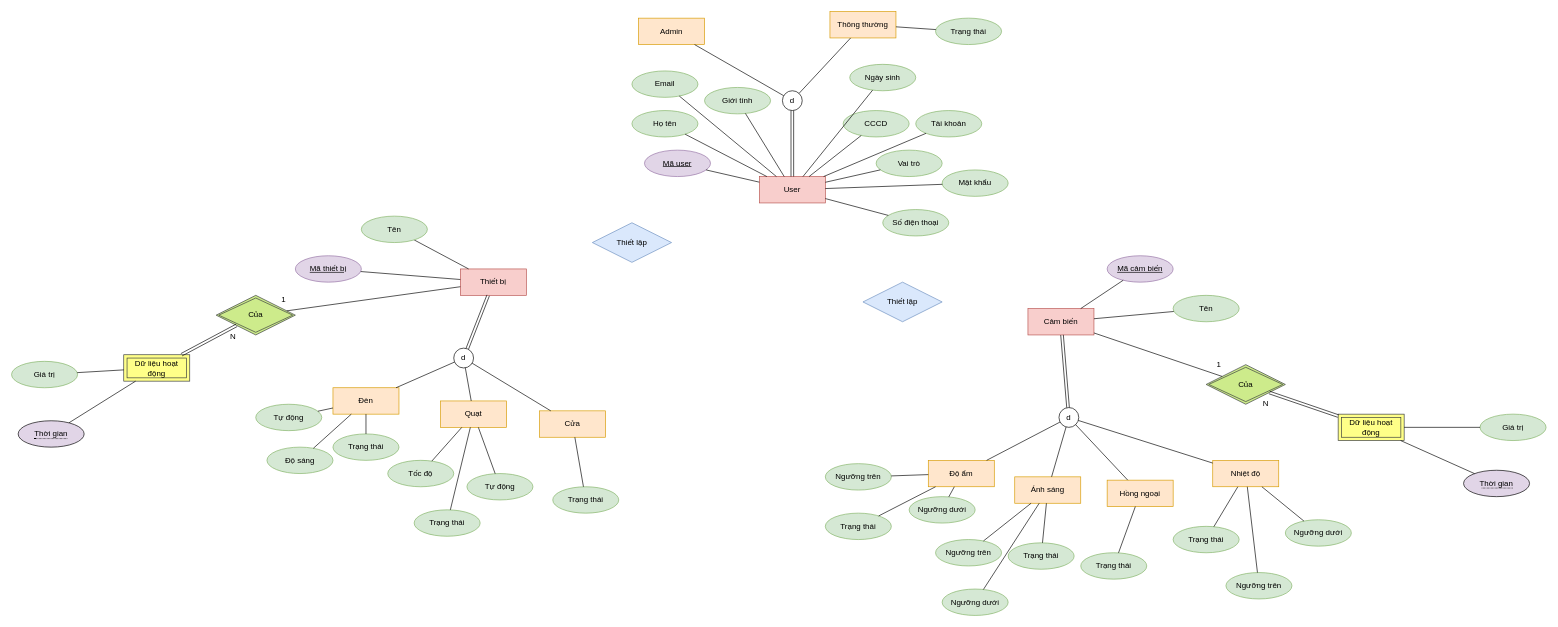
astr0tas/Smart-Home-CNPM keeps this draw.io diagram as page "Main" (1 of 2) of Week 3/ERD.drawio. Above is the earlier version. Source tidied: cells renumbered, new cells numbered last; positions are measured from the earlier drawing's top-left corner, leaving out a move shared by most shapes. Both pictures are drawn from the tidied source at 66%, with x=0, y=0 at pixel (11, 11).
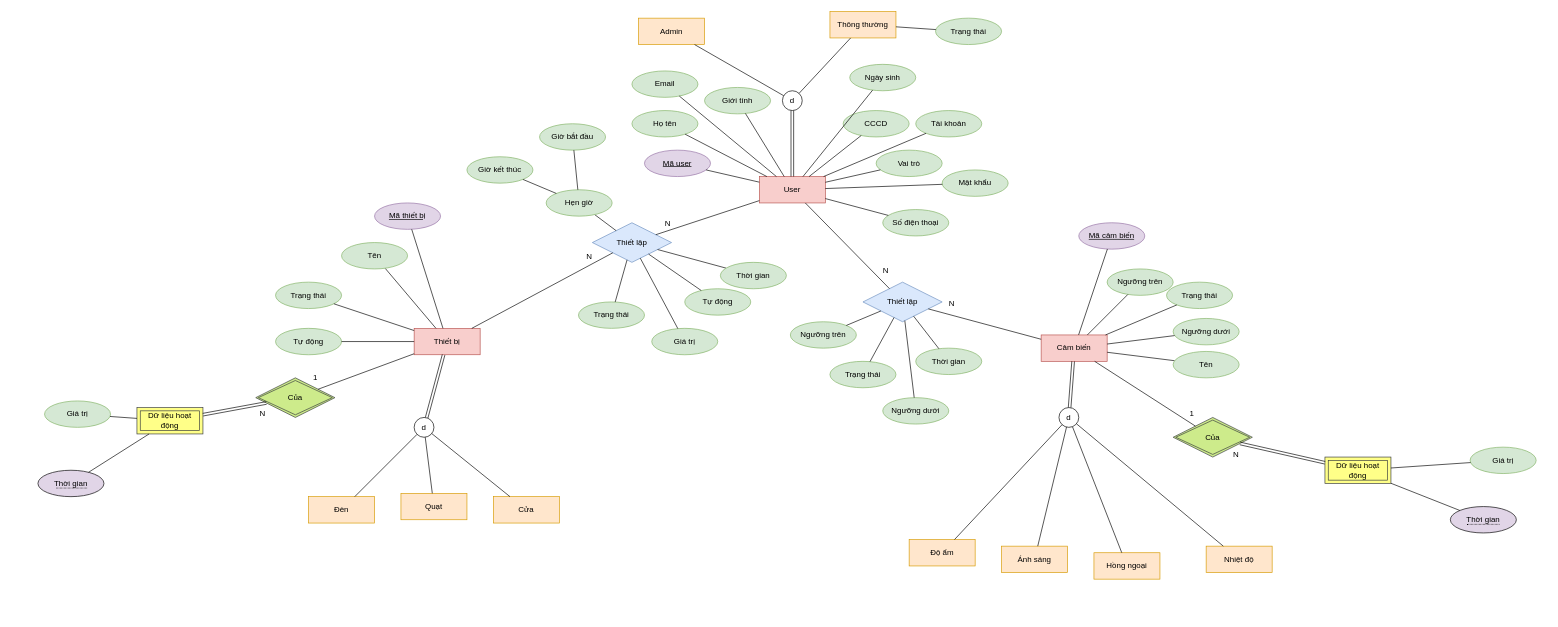
The same diagram, later.

Unchanged cells that the change refers to:
```xml
<mxCell id="2" value="User" style="whiteSpace=wrap;html=1;align=center;fillColor=#f8cecc;strokeColor=#b85450;" parent="1" vertex="1">
  <mxGeometry x="1133" y="250" width="100" height="40" as="geometry" />
</mxCell>
<mxCell id="29" value="Thiết lập" style="shape=rhombus;perimeter=rhombusPerimeter;whiteSpace=wrap;html=1;align=center;fillColor=#dae8fc;strokeColor=#6c8ebf;" parent="1" vertex="1">
  <mxGeometry x="880" y="320" width="120" height="60" as="geometry" />
</mxCell>
<mxCell id="114" value="Thiết lập" style="shape=rhombus;perimeter=rhombusPerimeter;whiteSpace=wrap;html=1;align=center;fillColor=#dae8fc;strokeColor=#6c8ebf;" parent="1" vertex="1">
  <mxGeometry x="1290" y="410" width="120" height="60" as="geometry" />
</mxCell>
```

The edit, as a diff of the source:
```diff
@@
     <mxCell id="9" value="Thiết bị" style="whiteSpace=wrap;html=1;align=center;fillColor=#f8cecc;strokeColor=#b85450;" parent="1" vertex="1">
-      <mxGeometry x="680" y="390" width="100" height="40" as="geometry" />
+      <mxGeometry x="610" y="480" width="100" height="40" as="geometry" />
     </mxCell>
     <mxCell id="10" value="Quạt" style="whiteSpace=wrap;html=1;align=center;fillColor=#ffe6cc;strokeColor=#d79b00;" parent="1" vertex="1">
-      <mxGeometry x="650" y="590" width="100" height="40" as="geometry" />
+      <mxGeometry x="590" y="730" width="100" height="40" as="geometry" />
     </mxCell>
     <mxCell id="11" value="Đèn" style="whiteSpace=wrap;html=1;align=center;fillColor=#ffe6cc;strokeColor=#d79b00;" parent="1" vertex="1">
-      <mxGeometry x="487" y="570" width="100" height="40" as="geometry" />
+      <mxGeometry x="450" y="735" width="100" height="40" as="geometry" />
     </mxCell>
     <mxCell id="12" value="d" style="ellipse;whiteSpace=wrap;html=1;" parent="1" vertex="1">
-      <mxGeometry x="670" y="510" width="30" height="30" as="geometry" />
+      <mxGeometry x="610" y="615" width="30" height="30" as="geometry" />
     </mxCell>
@@
     <mxCell id="16" value="Cảm biến" style="whiteSpace=wrap;html=1;align=center;fillColor=#f8cecc;strokeColor=#b85450;" parent="1" vertex="1">
-      <mxGeometry x="1540" y="450" width="100" height="40" as="geometry" />
+      <mxGeometry x="1560" y="490" width="100" height="40" as="geometry" />
     </mxCell>
     <mxCell id="17" value="Nhiệt độ" style="whiteSpace=wrap;html=1;align=center;fillColor=#ffe6cc;strokeColor=#d79b00;" parent="1" vertex="1">
-      <mxGeometry x="1820" y="680" width="100" height="40" as="geometry" />
+      <mxGeometry x="1810" y="810" width="100" height="40" as="geometry" />
     </mxCell>
     <mxCell id="18" value="Hồng ngoại" style="whiteSpace=wrap;html=1;align=center;fillColor=#ffe6cc;strokeColor=#d79b00;" parent="1" vertex="1">
-      <mxGeometry x="1660" y="710" width="100" height="40" as="geometry" />
+      <mxGeometry x="1640" y="820" width="100" height="40" as="geometry" />
     </mxCell>
@@
     <mxCell id="23" value="Cửa" style="whiteSpace=wrap;html=1;align=center;fillColor=#ffe6cc;strokeColor=#d79b00;" parent="1" vertex="1">
-      <mxGeometry x="800" y="605" width="100" height="40" as="geometry" />
+      <mxGeometry x="730" y="735" width="100" height="40" as="geometry" />
     </mxCell>
@@
     <mxCell id="25" value="Độ ẩm" style="whiteSpace=wrap;html=1;align=center;fillColor=#ffe6cc;strokeColor=#d79b00;" parent="1" vertex="1">
-      <mxGeometry x="1389" y="680" width="100" height="40" as="geometry" />
+      <mxGeometry x="1360" y="800" width="100" height="40" as="geometry" />
     </mxCell>
     <mxCell id="26" value="Ánh sáng" style="whiteSpace=wrap;html=1;align=center;fillColor=#ffe6cc;strokeColor=#d79b00;" parent="1" vertex="1">
-      <mxGeometry x="1520" y="705" width="100" height="40" as="geometry" />
+      <mxGeometry x="1500" y="810" width="100" height="40" as="geometry" />
     </mxCell>
@@
     <mxCell id="52" value="Mã thiết bị" style="ellipse;whiteSpace=wrap;html=1;align=center;fontStyle=4;fillColor=#e1d5e7;strokeColor=#9673a6;" parent="1" vertex="1">
-      <mxGeometry x="430" y="370" width="100" height="40" as="geometry" />
+      <mxGeometry x="550" y="290" width="100" height="40" as="geometry" />
     </mxCell>
     <mxCell id="53" value="Mã cảm biến" style="ellipse;whiteSpace=wrap;html=1;align=center;fontStyle=4;fillColor=#E1D5E7;strokeColor=#9673a6;" parent="1" vertex="1">
-      <mxGeometry x="1660" y="370" width="100" height="40" as="geometry" />
+      <mxGeometry x="1617" y="320" width="100" height="40" as="geometry" />
     </mxCell>
@@
     <mxCell id="57" value="Tên" style="ellipse;whiteSpace=wrap;html=1;align=center;fillColor=#d5e8d4;strokeColor=#82b366;" parent="1" vertex="1">
-      <mxGeometry x="530" y="310" width="100" height="40" as="geometry" />
+      <mxGeometry x="500" y="350" width="100" height="40" as="geometry" />
     </mxCell>
@@
     <mxCell id="59" value="Tên" style="ellipse;whiteSpace=wrap;html=1;align=center;fillColor=#d5e8d4;strokeColor=#82b366;" parent="1" vertex="1">
-      <mxGeometry x="1760" y="430" width="100" height="40" as="geometry" />
+      <mxGeometry x="1760" y="515" width="100" height="40" as="geometry" />
     </mxCell>
-    <mxCell id="60" value="Tự động" style="ellipse;whiteSpace=wrap;html=1;align=center;fillColor=#d5e8d4;strokeColor=#82b366;" parent="1" vertex="1">
-      <mxGeometry x="690" y="700" width="100" height="40" as="geometry" />
-    </mxCell>
-    <mxCell id="61" value="Tự động" style="ellipse;whiteSpace=wrap;html=1;align=center;fillColor=#d5e8d4;strokeColor=#82b366;" parent="1" vertex="1">
-      <mxGeometry x="370" y="595" width="100" height="40" as="geometry" />
-    </mxCell>
-    <mxCell id="62" value="Tốc độ" style="ellipse;whiteSpace=wrap;html=1;align=center;fillColor=#d5e8d4;strokeColor=#82b366;" parent="1" vertex="1">
-      <mxGeometry x="570" y="680" width="100" height="40" as="geometry" />
-    </mxCell>
-    <mxCell id="63" value="Độ sáng" style="ellipse;whiteSpace=wrap;html=1;align=center;fillColor=#d5e8d4;strokeColor=#82b366;" parent="1" vertex="1">
-      <mxGeometry x="387" y="660" width="100" height="40" as="geometry" />
-    </mxCell>
-    <mxCell id="64" value="Trạng thái" style="ellipse;whiteSpace=wrap;html=1;align=center;fillColor=#d5e8d4;strokeColor=#82b366;" parent="1" vertex="1">
-      <mxGeometry x="820" y="720" width="100" height="40" as="geometry" />
-    </mxCell>
-    <mxCell id="65" value="Trạng thái" style="ellipse;whiteSpace=wrap;html=1;align=center;fillColor=#d5e8d4;strokeColor=#82b366;" parent="1" vertex="1">
-      <mxGeometry x="487" y="640" width="100" height="40" as="geometry" />
-    </mxCell>
-    <mxCell id="66" value="Trạng thái" style="ellipse;whiteSpace=wrap;html=1;align=center;fillColor=#d5e8d4;strokeColor=#82b366;" parent="1" vertex="1">
-      <mxGeometry x="610" y="755" width="100" height="40" as="geometry" />
-    </mxCell>
-    <mxCell id="67" style="endArrow=none;html=1;rounded=0;" parent="1" edge="1" source="10" target="66">
-      <mxGeometry relative="1" as="geometry" />
-    </mxCell>
-    <mxCell id="68" style="endArrow=none;html=1;rounded=0;" parent="1" edge="1" source="10" target="62">
-      <mxGeometry relative="1" as="geometry" />
-    </mxCell>
-    <mxCell id="69" style="endArrow=none;html=1;rounded=0;" parent="1" edge="1" source="10" target="60">
-      <mxGeometry relative="1" as="geometry" />
-    </mxCell>
-    <mxCell id="70" style="endArrow=none;html=1;rounded=0;" parent="1" edge="1" source="11" target="63">
-      <mxGeometry relative="1" as="geometry" />
-    </mxCell>
-    <mxCell id="71" style="endArrow=none;html=1;rounded=0;" parent="1" edge="1" source="11" target="61">
-      <mxGeometry relative="1" as="geometry" />
-    </mxCell>
-    <mxCell id="72" style="endArrow=none;html=1;rounded=0;" parent="1" edge="1" source="11" target="65">
-      <mxGeometry relative="1" as="geometry" />
-    </mxCell>
-    <mxCell id="73" style="endArrow=none;html=1;rounded=0;" parent="1" edge="1" source="23" target="64">
-      <mxGeometry relative="1" as="geometry" />
-    </mxCell>
-    <mxCell id="74" value="Trạng thái" style="ellipse;whiteSpace=wrap;html=1;align=center;fillColor=#d5e8d4;strokeColor=#82b366;" parent="1" vertex="1">
-      <mxGeometry x="1760" y="780" width="100" height="40" as="geometry" />
-    </mxCell>
-    <mxCell id="75" value="Trạng thái" style="ellipse;whiteSpace=wrap;html=1;align=center;fillColor=#d5e8d4;strokeColor=#82b366;" parent="1" vertex="1">
-      <mxGeometry x="1233" y="760" width="100" height="40" as="geometry" />
-    </mxCell>
-    <mxCell id="76" value="Trạng thái" style="ellipse;whiteSpace=wrap;html=1;align=center;fillColor=#d5e8d4;strokeColor=#82b366;" parent="1" vertex="1">
-      <mxGeometry x="1510" y="805" width="100" height="40" as="geometry" />
-    </mxCell>
-    <mxCell id="77" value="Trạng thái" style="ellipse;whiteSpace=wrap;html=1;align=center;fillColor=#d5e8d4;strokeColor=#82b366;" parent="1" vertex="1">
-      <mxGeometry x="1620" y="820" width="100" height="40" as="geometry" />
-    </mxCell>
-    <mxCell id="78" style="endArrow=none;html=1;rounded=0;" parent="1" edge="1" source="17" target="74">
-      <mxGeometry relative="1" as="geometry" />
-    </mxCell>
-    <mxCell id="79" style="endArrow=none;html=1;rounded=0;" parent="1" edge="1" source="25" target="75">
-      <mxGeometry relative="1" as="geometry" />
-    </mxCell>
-    <mxCell id="80" style="endArrow=none;html=1;rounded=0;" parent="1" edge="1" source="26" target="76">
-      <mxGeometry relative="1" as="geometry" />
-    </mxCell>
-    <mxCell id="81" style="endArrow=none;html=1;rounded=0;" parent="1" edge="1" source="18" target="77">
-      <mxGeometry relative="1" as="geometry" />
-    </mxCell>
-    <mxCell id="82" value="Ngưỡng dưới" style="ellipse;whiteSpace=wrap;html=1;align=center;fillColor=#d5e8d4;strokeColor=#82b366;" parent="1" vertex="1">
-      <mxGeometry x="1410" y="875" width="100" height="40" as="geometry" />
-    </mxCell>
-    <mxCell id="83" value="Ngưỡng trên" style="ellipse;whiteSpace=wrap;html=1;align=center;fillColor=#d5e8d4;strokeColor=#82b366;" parent="1" vertex="1">
-      <mxGeometry x="1400" y="800" width="100" height="40" as="geometry" />
-    </mxCell>
-    <mxCell id="84" value="Ngưỡng dưới" style="ellipse;whiteSpace=wrap;html=1;align=center;fillColor=#d5e8d4;strokeColor=#82b366;" parent="1" vertex="1">
-      <mxGeometry x="1360" y="735" width="100" height="40" as="geometry" />
-    </mxCell>
-    <mxCell id="85" value="Ngưỡng trên" style="ellipse;whiteSpace=wrap;html=1;align=center;fillColor=#d5e8d4;strokeColor=#82b366;" parent="1" vertex="1">
-      <mxGeometry x="1233" y="685" width="100" height="40" as="geometry" />
-    </mxCell>
-    <mxCell id="86" value="Ngưỡng dưới" style="ellipse;whiteSpace=wrap;html=1;align=center;fillColor=#d5e8d4;strokeColor=#82b366;" parent="1" vertex="1">
-      <mxGeometry x="1930" y="770" width="100" height="40" as="geometry" />
-    </mxCell>
-    <mxCell id="87" value="Ngưỡng trên" style="ellipse;whiteSpace=wrap;html=1;align=center;fillColor=#d5e8d4;strokeColor=#82b366;" parent="1" vertex="1">
-      <mxGeometry x="1840" y="850" width="100" height="40" as="geometry" />
-    </mxCell>
-    <mxCell id="88" style="endArrow=none;html=1;rounded=0;" parent="1" edge="1" source="26" target="82">
-      <mxGeometry relative="1" as="geometry" />
-    </mxCell>
-    <mxCell id="89" style="endArrow=none;html=1;rounded=0;" parent="1" edge="1" source="26" target="83">
-      <mxGeometry relative="1" as="geometry" />
-    </mxCell>
-    <mxCell id="90" style="endArrow=none;html=1;rounded=0;" parent="1" edge="1" source="85" target="25">
-      <mxGeometry relative="1" as="geometry" />
-    </mxCell>
-    <mxCell id="91" style="endArrow=none;html=1;rounded=0;" parent="1" edge="1" source="86" target="17">
-      <mxGeometry relative="1" as="geometry" />
-    </mxCell>
-    <mxCell id="92" style="endArrow=none;html=1;rounded=0;" parent="1" edge="1" source="84" target="25">
-      <mxGeometry relative="1" as="geometry" />
-    </mxCell>
-    <mxCell id="93" style="endArrow=none;html=1;rounded=0;" parent="1" edge="1" source="87" target="17">
-      <mxGeometry relative="1" as="geometry" />
-    </mxCell>
     <mxCell id="94" value="Dữ liệu hoạt động" style="shape=ext;margin=3;double=1;whiteSpace=wrap;html=1;align=center;fillColor=#ffff88;strokeColor=#36393d;" parent="1" vertex="1">
-      <mxGeometry x="2010" y="610" width="100" height="40" as="geometry" />
+      <mxGeometry x="1990" y="675" width="100" height="40" as="geometry" />
     </mxCell>
     <mxCell id="95" value="&lt;span style=&quot;border-bottom: 1px dotted&quot;&gt;Thời gian&lt;/span&gt;" style="ellipse;whiteSpace=wrap;html=1;align=center;fillColor=#E1D5E7;" parent="1" vertex="1">
-      <mxGeometry x="2200" y="695" width="100" height="40" as="geometry" />
+      <mxGeometry x="2180" y="750" width="100" height="40" as="geometry" />
     </mxCell>
@@
     <mxCell id="97" value="Của" style="shape=rhombus;double=1;perimeter=rhombusPerimeter;whiteSpace=wrap;html=1;align=center;fillColor=#cdeb8b;strokeColor=#36393d;" parent="1" vertex="1">
-      <mxGeometry x="1810" y="535" width="120" height="60" as="geometry" />
+      <mxGeometry x="1760" y="615" width="120" height="60" as="geometry" />
     </mxCell>
@@
     <mxCell id="102" value="Giá trị" style="ellipse;whiteSpace=wrap;html=1;align=center;fillColor=#d5e8d4;strokeColor=#82b366;" parent="1" vertex="1">
-      <mxGeometry x="2225" y="610" width="100" height="40" as="geometry" />
+      <mxGeometry x="2210" y="660" width="100" height="40" as="geometry" />
     </mxCell>
@@
     <mxCell id="104" value="Dữ liệu hoạt động" style="shape=ext;margin=3;double=1;whiteSpace=wrap;html=1;align=center;fillColor=#ffff88;strokeColor=#36393d;" parent="1" vertex="1">
-      <mxGeometry x="170" y="520" width="100" height="40" as="geometry" />
+      <mxGeometry x="190" y="600" width="100" height="40" as="geometry" />
     </mxCell>
     <mxCell id="105" value="&lt;span style=&quot;border-bottom: 1px dotted&quot;&gt;Thời gian&lt;/span&gt;" style="ellipse;whiteSpace=wrap;html=1;align=center;fillColor=#E1D5E7;" parent="1" vertex="1">
-      <mxGeometry x="10" y="620" width="100" height="40" as="geometry" />
+      <mxGeometry x="40" y="695" width="100" height="40" as="geometry" />
     </mxCell>
@@
     <mxCell id="107" value="Của" style="shape=rhombus;double=1;perimeter=rhombusPerimeter;whiteSpace=wrap;html=1;align=center;fillColor=#cdeb8b;strokeColor=#36393d;" parent="1" vertex="1">
-      <mxGeometry x="310" y="430" width="120" height="60" as="geometry" />
+      <mxGeometry x="370" y="555" width="120" height="60" as="geometry" />
     </mxCell>
@@
     <mxCell id="112" value="Giá trị" style="ellipse;whiteSpace=wrap;html=1;align=center;fillColor=#d5e8d4;strokeColor=#82b366;" parent="1" vertex="1">
-      <mxGeometry y="530" width="100" height="40" as="geometry" />
+      <mxGeometry x="50" y="590" width="100" height="40" as="geometry" />
     </mxCell>
@@
+    <mxCell id="115" value="Trạng thái" style="ellipse;whiteSpace=wrap;html=1;align=center;fillColor=#d5e8d4;strokeColor=#82b366;" parent="1" vertex="1">
+      <mxGeometry x="859" y="440" width="100" height="40" as="geometry" />
+    </mxCell>
+    <mxCell id="116" value="Giá trị" style="ellipse;whiteSpace=wrap;html=1;align=center;fillColor=#d5e8d4;strokeColor=#82b366;" parent="1" vertex="1">
+      <mxGeometry x="970" y="480" width="100" height="40" as="geometry" />
+    </mxCell>
+    <mxCell id="117" value="Tự động" style="ellipse;whiteSpace=wrap;html=1;align=center;fillColor=#d5e8d4;strokeColor=#82b366;" parent="1" vertex="1">
+      <mxGeometry x="1020" y="420" width="100" height="40" as="geometry" />
+    </mxCell>
+    <mxCell id="118" value="Tự động" style="ellipse;whiteSpace=wrap;html=1;align=center;fillColor=#d5e8d4;strokeColor=#82b366;" parent="1" vertex="1">
+      <mxGeometry x="400" y="480" width="100" height="40" as="geometry" />
+    </mxCell>
+    <mxCell id="119" value="Trạng thái" style="ellipse;whiteSpace=wrap;html=1;align=center;fillColor=#d5e8d4;strokeColor=#82b366;" parent="1" vertex="1">
+      <mxGeometry x="400" y="410" width="100" height="40" as="geometry" />
+    </mxCell>
+    <mxCell id="120" style="endArrow=none;html=1;rounded=0;" parent="1" edge="1" source="9" target="119">
+      <mxGeometry relative="1" as="geometry" />
+    </mxCell>
+    <mxCell id="121" style="endArrow=none;html=1;rounded=0;" parent="1" edge="1" source="9" target="118">
+      <mxGeometry relative="1" as="geometry" />
+    </mxCell>
+    <mxCell id="122" value="Trạng thái" style="ellipse;whiteSpace=wrap;html=1;align=center;fillColor=#d5e8d4;strokeColor=#82b366;" parent="1" vertex="1">
+      <mxGeometry x="1750" y="410" width="100" height="40" as="geometry" />
+    </mxCell>
+    <mxCell id="123" value="Ngưỡng dưới" style="ellipse;whiteSpace=wrap;html=1;align=center;fillColor=#d5e8d4;strokeColor=#82b366;" parent="1" vertex="1">
+      <mxGeometry x="1760" y="465" width="100" height="40" as="geometry" />
+    </mxCell>
+    <mxCell id="124" value="Ngưỡng trên" style="ellipse;whiteSpace=wrap;html=1;align=center;fillColor=#d5e8d4;strokeColor=#82b366;" parent="1" vertex="1">
+      <mxGeometry x="1660" y="390" width="100" height="40" as="geometry" />
+    </mxCell>
+    <mxCell id="125" style="endArrow=none;html=1;rounded=0;" parent="1" edge="1" source="16" target="123">
+      <mxGeometry relative="1" as="geometry" />
+    </mxCell>
+    <mxCell id="126" style="endArrow=none;html=1;rounded=0;" parent="1" edge="1" source="16" target="124">
+      <mxGeometry relative="1" as="geometry" />
+    </mxCell>
+    <mxCell id="127" style="endArrow=none;html=1;rounded=0;" parent="1" edge="1" source="16" target="122">
+      <mxGeometry relative="1" as="geometry" />
+    </mxCell>
+    <mxCell id="128" style="endArrow=none;html=1;rounded=0;" parent="1" edge="1" source="29" target="2">
+      <mxGeometry relative="1" as="geometry" />
+    </mxCell>
+    <mxCell id="129" value="N" style="html=1;whiteSpace=wrap;align=right;verticalAlign=bottom;" parent="128" vertex="1">
+      <mxGeometry x="1" relative="1" as="geometry">
+        <mxPoint x="-133" y="44" as="offset" />
+      </mxGeometry>
+    </mxCell>
+    <mxCell id="130" style="endArrow=none;html=1;rounded=0;" parent="1" edge="1" source="29" target="9">
+      <mxGeometry relative="1" as="geometry" />
+    </mxCell>
+    <mxCell id="131" value="N" style="html=1;whiteSpace=wrap;align=right;verticalAlign=bottom;" parent="130" vertex="1">
+      <mxGeometry x="1" relative="1" as="geometry">
+        <mxPoint x="183" y="-100" as="offset" />
+      </mxGeometry>
+    </mxCell>
+    <mxCell id="132" style="endArrow=none;html=1;rounded=0;" parent="1" edge="1" source="29" target="115">
+      <mxGeometry relative="1" as="geometry" />
+    </mxCell>
+    <mxCell id="133" style="endArrow=none;html=1;rounded=0;" parent="1" edge="1" source="29" target="116">
+      <mxGeometry relative="1" as="geometry" />
+    </mxCell>
+    <mxCell id="134" style="endArrow=none;html=1;rounded=0;" parent="1" edge="1" source="29" target="117">
+      <mxGeometry relative="1" as="geometry" />
+    </mxCell>
+    <mxCell id="135" style="endArrow=none;html=1;rounded=0;" parent="1" edge="1" source="114" target="2">
+      <mxGeometry relative="1" as="geometry" />
+    </mxCell>
+    <mxCell id="136" value="N" style="html=1;whiteSpace=wrap;align=right;verticalAlign=bottom;" parent="135" vertex="1">
+      <mxGeometry x="1" relative="1" as="geometry">
+        <mxPoint x="127" y="110" as="offset" />
+      </mxGeometry>
+    </mxCell>
+    <mxCell id="137" style="endArrow=none;html=1;rounded=0;" parent="1" edge="1" source="114" target="16">
+      <mxGeometry relative="1" as="geometry" />
+    </mxCell>
+    <mxCell id="138" value="N" style="html=1;whiteSpace=wrap;align=right;verticalAlign=bottom;" parent="137" vertex="1">
+      <mxGeometry x="1" relative="1" as="geometry">
+        <mxPoint x="-130" y="-47" as="offset" />
+      </mxGeometry>
+    </mxCell>
+    <mxCell id="139" value="Trạng thái" style="ellipse;whiteSpace=wrap;html=1;align=center;fillColor=#d5e8d4;strokeColor=#82b366;" parent="1" vertex="1">
+      <mxGeometry x="1240" y="530" width="100" height="40" as="geometry" />
+    </mxCell>
+    <mxCell id="140" value="Ngưỡng dưới" style="ellipse;whiteSpace=wrap;html=1;align=center;fillColor=#d5e8d4;strokeColor=#82b366;" parent="1" vertex="1">
+      <mxGeometry x="1320" y="585" width="100" height="40" as="geometry" />
+    </mxCell>
+    <mxCell id="141" value="Ngưỡng trên" style="ellipse;whiteSpace=wrap;html=1;align=center;fillColor=#d5e8d4;strokeColor=#82b366;" parent="1" vertex="1">
+      <mxGeometry x="1180" y="470" width="100" height="40" as="geometry" />
+    </mxCell>
+    <mxCell id="142" style="endArrow=none;html=1;rounded=0;" parent="1" edge="1" source="141" target="114">
+      <mxGeometry relative="1" as="geometry" />
+    </mxCell>
+    <mxCell id="143" style="endArrow=none;html=1;rounded=0;" parent="1" edge="1" source="139" target="114">
+      <mxGeometry relative="1" as="geometry" />
+    </mxCell>
+    <mxCell id="144" style="endArrow=none;html=1;rounded=0;" parent="1" edge="1" source="140" target="114">
+      <mxGeometry relative="1" as="geometry" />
+    </mxCell>
+    <mxCell id="145" style="endArrow=none;html=1;rounded=0;" parent="1" edge="1" source="29" target="146">
+      <mxGeometry relative="1" as="geometry" />
+    </mxCell>
+    <mxCell id="146" value="Thời gian" style="ellipse;whiteSpace=wrap;html=1;align=center;fillColor=#d5e8d4;strokeColor=#82b366;" parent="1" vertex="1">
+      <mxGeometry x="1074" y="380" width="100" height="40" as="geometry" />
+    </mxCell>
+    <mxCell id="147" value="Thời gian" style="ellipse;whiteSpace=wrap;html=1;align=center;fillColor=#d5e8d4;strokeColor=#82b366;" parent="1" vertex="1">
+      <mxGeometry x="1370" y="510" width="100" height="40" as="geometry" />
+    </mxCell>
+    <mxCell id="148" style="endArrow=none;html=1;rounded=0;" parent="1" edge="1" source="147" target="114">
+      <mxGeometry relative="1" as="geometry" />
+    </mxCell>
+    <mxCell id="149" style="endArrow=none;html=1;rounded=0;" parent="1" edge="1" source="150" target="29">
+      <mxGeometry relative="1" as="geometry" />
+    </mxCell>
+    <mxCell id="150" value="Hẹn giờ" style="ellipse;whiteSpace=wrap;html=1;align=center;fillColor=#d5e8d4;strokeColor=#82b366;" parent="1" vertex="1">
+      <mxGeometry x="810" y="270" width="100" height="40" as="geometry" />
+    </mxCell>
+    <mxCell id="151" value="Giờ kết thúc" style="ellipse;whiteSpace=wrap;html=1;align=center;fillColor=#d5e8d4;strokeColor=#82b366;" parent="1" vertex="1">
+      <mxGeometry x="690" y="220" width="100" height="40" as="geometry" />
+    </mxCell>
+    <mxCell id="152" value="Giờ bắt đầu" style="ellipse;whiteSpace=wrap;html=1;align=center;fillColor=#d5e8d4;strokeColor=#82b366;" parent="1" vertex="1">
+      <mxGeometry x="800" y="170" width="100" height="40" as="geometry" />
+    </mxCell>
+    <mxCell id="153" style="endArrow=none;html=1;rounded=0;" parent="1" edge="1" source="152" target="150">
+      <mxGeometry relative="1" as="geometry" />
+    </mxCell>
+    <mxCell id="154" style="endArrow=none;html=1;rounded=0;" parent="1" edge="1" source="151" target="150">
+      <mxGeometry relative="1" as="geometry" />
+    </mxCell>
```
